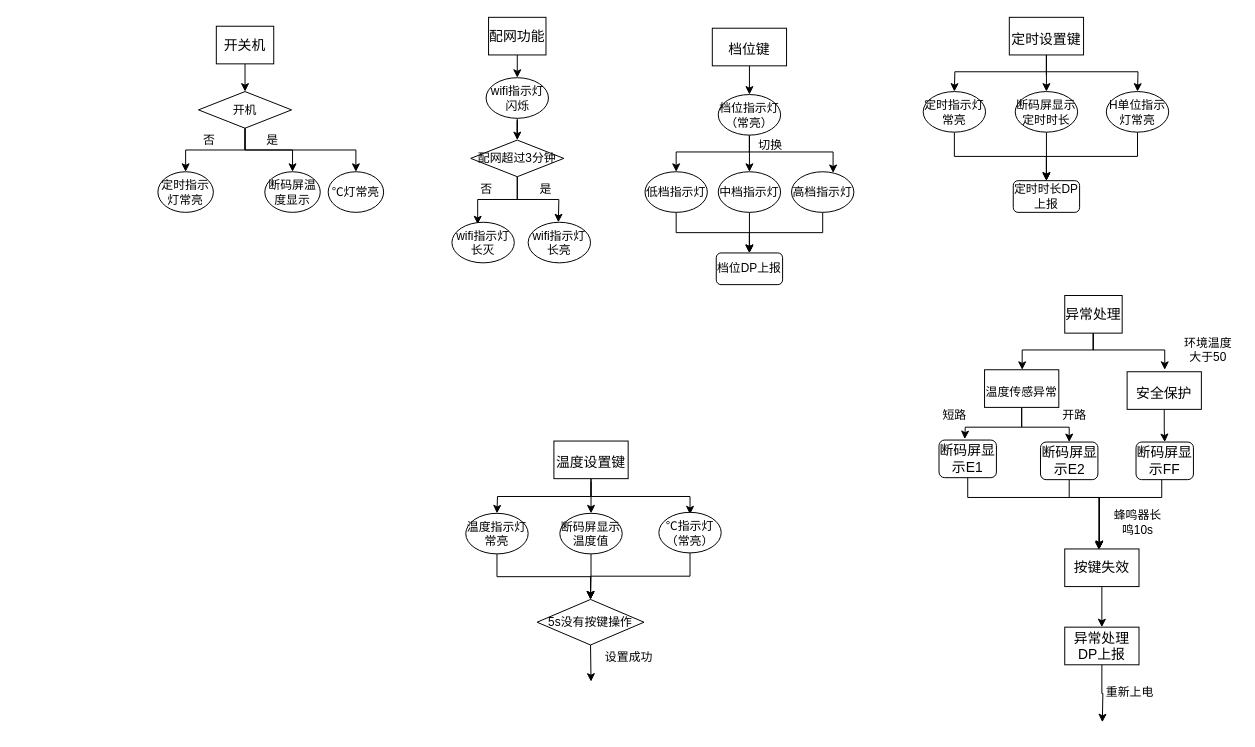
The draw.io diagram led_frame.drawio in JeffYec/Jeff, before the edit. Source tidied: cells renumbered, new cells numbered last; positions are measured from the earlier drawing's top-left corner, leaving out a move shared by most shapes. Both pictures are drawn from the tidied source at 99%, with x=0, y=0 at pixel (157, 17).
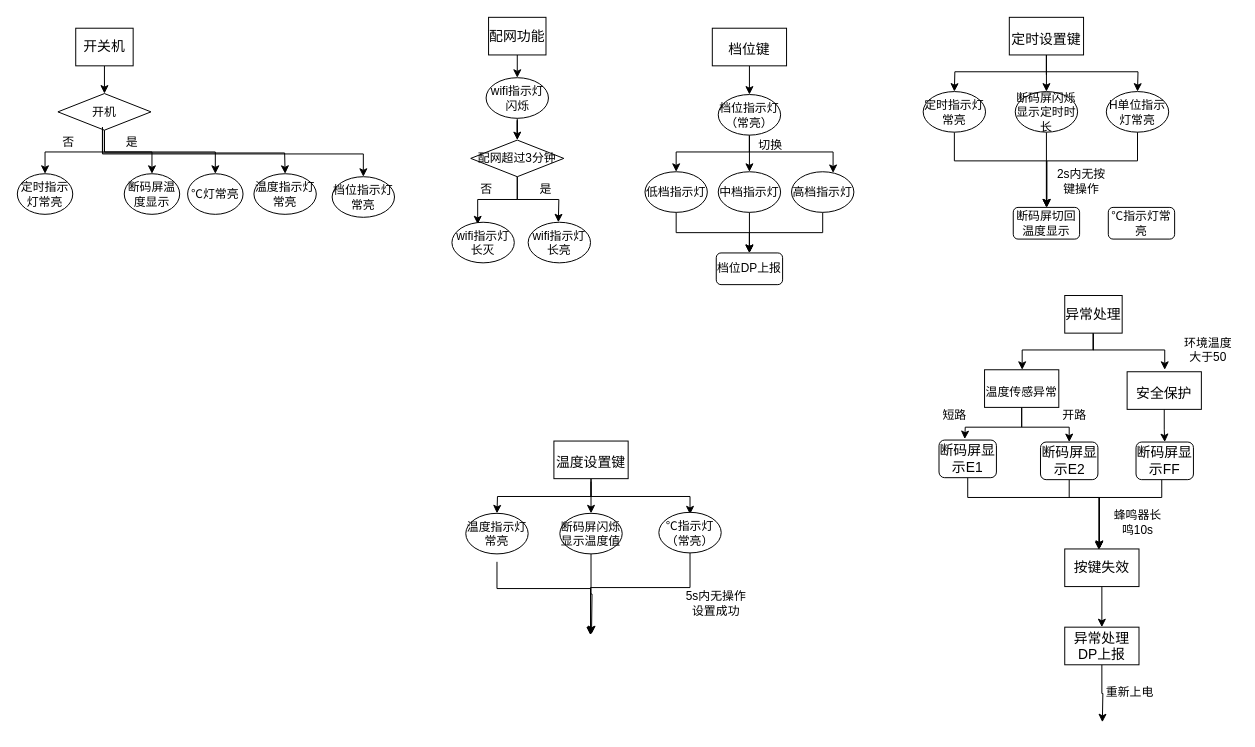
After the change.

Unchanged cells that the change refers to:
```xml
<mxCell id="33" value="温度指示灯常亮" style="ellipse;whiteSpace=wrap;html=1;" parent="1" vertex="1">
  <mxGeometry x="311" y="501" width="63" height="41" as="geometry" />
</mxCell>
<mxCell id="35" value="℃指示灯（常亮）" style="ellipse;whiteSpace=wrap;html=1;" parent="1" vertex="1">
  <mxGeometry x="506" y="500" width="63" height="41" as="geometry" />
</mxCell>
<mxCell id="47" value="定时指示灯常亮" style="ellipse;whiteSpace=wrap;html=1;" parent="1" vertex="1">
  <mxGeometry x="773" y="75" width="63" height="41" as="geometry" />
</mxCell>
<mxCell id="49" value="H单位指示灯常亮" style="ellipse;whiteSpace=wrap;html=1;" parent="1" vertex="1">
  <mxGeometry x="958" y="75" width="63" height="41" as="geometry" />
</mxCell>
```

What changed in the source:
```diff
@@
     <mxCell id="3" value="开关机" style="rounded=0;whiteSpace=wrap;html=1;fontSize=14;" parent="1" vertex="1">
-      <mxGeometry x="59" y="9" width="58" height="38" as="geometry" />
+      <mxGeometry x="-83" y="11" width="58" height="38" as="geometry" />
     </mxCell>
@@
-    <mxCell id="32" style="edgeStyle=orthogonalEdgeStyle;rounded=0;jettySize=auto;html=1;exitX=0.5;exitY=1;exitDx=0;exitDy=0;" parent="1" edge="1" source="33" target="41">
-      <mxGeometry relative="1" as="geometry" />
+    <mxCell id="32" style="edgeStyle=orthogonalEdgeStyle;rounded=0;orthogonalLoop=1;jettySize=auto;html=1;exitX=0.5;exitY=1;exitDx=0;exitDy=0;" parent="1" edge="1">
+      <mxGeometry relative="1" as="geometry">
+        <mxPoint x="342.5" y="550" as="sourcePoint" />
+        <mxPoint x="437" y="624" as="targetPoint" />
+        <Array as="points">
+          <mxPoint x="343" y="577" />
+          <mxPoint x="437" y="577" />
+        </Array>
+      </mxGeometry>
     </mxCell>
@@
-    <mxCell id="34" style="edgeStyle=orthogonalEdgeStyle;rounded=0;jettySize=auto;html=1;exitX=0.5;exitY=1;exitDx=0;exitDy=0;entryX=0.5;entryY=0;entryDx=0;entryDy=0;" parent="1" edge="1" source="35" target="41">
-      <mxGeometry relative="1" as="geometry" />
+    <mxCell id="34" style="edgeStyle=orthogonalEdgeStyle;rounded=0;jettySize=auto;html=1;exitX=0.5;exitY=1;exitDx=0;exitDy=0;" parent="1" edge="1" source="35">
+      <mxGeometry relative="1" as="geometry">
+        <mxPoint x="437" y="624" as="targetPoint" />
+        <Array as="points">
+          <mxPoint x="537" y="576" />
+          <mxPoint x="437" y="576" />
+        </Array>
+      </mxGeometry>
     </mxCell>
@@
-    <mxCell id="40" style="edgeStyle=orthogonalEdgeStyle;rounded=0;jettySize=auto;html=1;exitX=0.5;exitY=1;exitDx=0;exitDy=0;" parent="1" edge="1" source="41">
-      <mxGeometry relative="1" as="geometry">
-        <mxPoint x="437.5" y="671" as="targetPoint" />
-      </mxGeometry>
-    </mxCell>
-    <mxCell id="41" value="5s没有按键操作" style="rhombus;whiteSpace=wrap;html=1;" parent="1" vertex="1">
-      <mxGeometry x="383" y="588" width="108" height="46" as="geometry" />
-    </mxCell>
-    <mxCell id="42" style="edgeStyle=orthogonalEdgeStyle;rounded=0;jettySize=auto;html=1;exitX=0.5;exitY=1;exitDx=0;exitDy=0;entryX=0.5;entryY=0;entryDx=0;entryDy=0;" parent="1" edge="1" source="43" target="41">
-      <mxGeometry relative="1" as="geometry" />
+    <mxCell id="42" style="edgeStyle=orthogonalEdgeStyle;rounded=0;jettySize=auto;html=1;exitX=0.5;exitY=1;exitDx=0;exitDy=0;" parent="1" edge="1" source="43">
+      <mxGeometry relative="1" as="geometry">
+        <mxPoint x="438" y="623" as="targetPoint" />
+      </mxGeometry>
     </mxCell>
-    <mxCell id="43" value="断码屏显示温度值" style="ellipse;whiteSpace=wrap;html=1;" parent="1" vertex="1">
+    <mxCell id="43" value="断码屏闪烁显示温度值" style="ellipse;whiteSpace=wrap;html=1;" parent="1" vertex="1">
       <mxGeometry x="406" y="501" width="63" height="41" as="geometry" />
     </mxCell>
@@
-    <mxCell id="45" value="断码屏显示定时时长" style="ellipse;whiteSpace=wrap;html=1;" parent="1" vertex="1">
+    <mxCell id="45" value="断码屏闪烁显示定时时长" style="ellipse;whiteSpace=wrap;html=1;" parent="1" vertex="1">
       <mxGeometry x="866" y="75" width="63" height="41" as="geometry" />
     </mxCell>
     <mxCell id="46" style="edgeStyle=orthogonalEdgeStyle;rounded=0;jettySize=auto;html=1;exitX=0.5;exitY=1;exitDx=0;exitDy=0;entryX=0.5;entryY=0;entryDx=0;entryDy=0;fontSize=12;" parent="1" edge="1" source="47" target="80">
-      <mxGeometry relative="1" as="geometry" />
+      <mxGeometry relative="1" as="geometry">
+        <Array as="points">
+          <mxPoint x="805" y="145" />
+          <mxPoint x="898" y="145" />
+        </Array>
+      </mxGeometry>
     </mxCell>
@@
-    <mxCell id="48" style="edgeStyle=orthogonalEdgeStyle;rounded=0;jettySize=auto;html=1;exitX=0.5;exitY=1;exitDx=0;exitDy=0;fontSize=12;" parent="1" edge="1" source="49" target="80">
-      <mxGeometry relative="1" as="geometry" />
+    <mxCell id="48" style="edgeStyle=orthogonalEdgeStyle;rounded=0;orthogonalLoop=1;jettySize=auto;html=1;exitX=0.5;exitY=1;exitDx=0;exitDy=0;fontSize=12;" parent="1" edge="1">
+      <mxGeometry relative="1" as="geometry">
+        <mxPoint x="989.5" y="115" as="sourcePoint" />
+        <mxPoint x="898" y="192" as="targetPoint" />
+        <Array as="points">
+          <mxPoint x="990" y="145" />
+          <mxPoint x="898" y="145" />
+        </Array>
+      </mxGeometry>
     </mxCell>
@@
     <mxCell id="53" value="开机" style="rhombus;whiteSpace=wrap;html=1;" parent="1" vertex="1">
-      <mxGeometry x="41" y="75" width="94" height="37" as="geometry" />
+      <mxGeometry x="-101" y="77" width="94" height="37" as="geometry" />
     </mxCell>
     <mxCell id="54" value="定时指示灯常亮" style="ellipse;whiteSpace=wrap;html=1;" parent="1" vertex="1">
-      <mxGeometry y="156" width="56" height="41" as="geometry" />
+      <mxGeometry x="-142" y="158" width="56" height="41" as="geometry" />
     </mxCell>
     <mxCell id="55" value="否" style="text;html=1;strokeColor=none;fillColor=none;align=center;verticalAlign=middle;whiteSpace=wrap;rounded=0;" parent="1" vertex="1">
-      <mxGeometry x="22" y="109" width="60" height="30" as="geometry" />
+      <mxGeometry x="-120" y="111" width="60" height="30" as="geometry" />
     </mxCell>
     <mxCell id="56" value="断码屏温度显示" style="ellipse;whiteSpace=wrap;html=1;" parent="1" vertex="1">
-      <mxGeometry x="108" y="156" width="56" height="41" as="geometry" />
+      <mxGeometry x="-34" y="158" width="56" height="41" as="geometry" />
     </mxCell>
     <mxCell id="57" value="℃灯常亮" style="ellipse;whiteSpace=wrap;html=1;" parent="1" vertex="1">
-      <mxGeometry x="172" y="156" width="56" height="41" as="geometry" />
+      <mxGeometry x="30" y="158" width="56" height="41" as="geometry" />
     </mxCell>
+    <mxCell id="85" style="edgeStyle=orthogonalEdgeStyle;rounded=0;jettySize=auto;html=1;exitX=0;exitY=0;exitDx=0;exitDy=0;fontSize=12;" parent="1" edge="1" source="58" target="89">
+      <mxGeometry relative="1" as="geometry">
+        <Array as="points">
+          <mxPoint x="-56" y="137" />
+          <mxPoint x="128" y="137" />
+        </Array>
+      </mxGeometry>
+    </mxCell>
+    <mxCell id="86" style="edgeStyle=orthogonalEdgeStyle;rounded=0;jettySize=auto;html=1;exitX=0;exitY=0;exitDx=0;exitDy=0;entryX=0.5;entryY=0;entryDx=0;entryDy=0;fontSize=12;" parent="1" edge="1" source="58" target="90">
+      <mxGeometry relative="1" as="geometry">
+        <Array as="points">
+          <mxPoint x="-56" y="138" />
+          <mxPoint x="208" y="138" />
+        </Array>
+      </mxGeometry>
+    </mxCell>
     <mxCell id="58" value="是" style="text;html=1;strokeColor=none;fillColor=none;align=center;verticalAlign=middle;whiteSpace=wrap;rounded=0;" parent="1" vertex="1">
-      <mxGeometry x="86" y="109" width="60" height="30" as="geometry" />
+      <mxGeometry x="-56" y="111" width="60" height="30" as="geometry" />
     </mxCell>
@@
-    <mxCell id="80" value="定时时长DP上报" style="rounded=1;whiteSpace=wrap;html=1;fontSize=12;" parent="1" vertex="1">
-      <mxGeometry x="864" y="165" width="67" height="32" as="geometry" />
+    <mxCell id="80" value="断码屏切回温度显示" style="rounded=1;whiteSpace=wrap;html=1;fontSize=12;" parent="1" vertex="1">
+      <mxGeometry x="864" y="192" width="67" height="32" as="geometry" />
     </mxCell>
@@
-    <mxCell id="84" value="设置成功" style="text;html=1;strokeColor=none;fillColor=none;align=center;verticalAlign=middle;whiteSpace=wrap;rounded=0;shadow=0;glass=0;fontSize=12;" parent="1" vertex="1">
-      <mxGeometry x="446" y="632" width="60" height="30" as="geometry" />
+    <mxCell id="84" value="5s内无操作设置成功" style="text;html=1;strokeColor=none;fillColor=none;align=center;verticalAlign=middle;whiteSpace=wrap;rounded=0;shadow=0;glass=0;fontSize=12;" parent="1" vertex="1">
+      <mxGeometry x="527" y="577" width="74" height="30" as="geometry" />
     </mxCell>
+    <mxCell id="87" value="2s内无按键操作" style="text;html=1;strokeColor=none;fillColor=none;align=center;verticalAlign=middle;whiteSpace=wrap;rounded=0;shadow=0;glass=0;fontSize=12;" parent="1" vertex="1">
+      <mxGeometry x="903" y="151" width="60" height="30" as="geometry" />
+    </mxCell>
+    <mxCell id="88" value="℃指示灯常亮" style="rounded=1;whiteSpace=wrap;html=1;fontSize=12;" parent="1" vertex="1">
+      <mxGeometry x="960" y="192" width="67" height="32" as="geometry" />
+    </mxCell>
+    <mxCell id="89" value="温度指示灯常亮" style="ellipse;whiteSpace=wrap;html=1;" parent="1" vertex="1">
+      <mxGeometry x="97" y="158" width="63" height="41" as="geometry" />
+    </mxCell>
+    <mxCell id="90" value="档位指示灯常亮" style="ellipse;whiteSpace=wrap;html=1;" parent="1" vertex="1">
+      <mxGeometry x="176" y="161" width="63" height="41" as="geometry" />
+    </mxCell>
```
